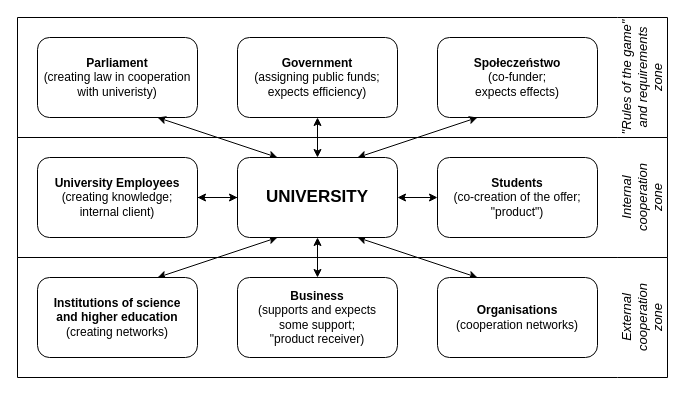
Above: pomocnicze/robocze/ŚrodowiskoRelacjiUniwersytetu_ENG.drawio in JeanPaulSzefler/doktorat_git (draw.io), before the change. Source tidied: cells renumbered, new cells numbered last; positions are measured from the earlier drawing's top-left corner, leaving out a move shared by most shapes. Both pictures are drawn from the tidied source at 100%, with x=0, y=0 at pixel (17, 17).
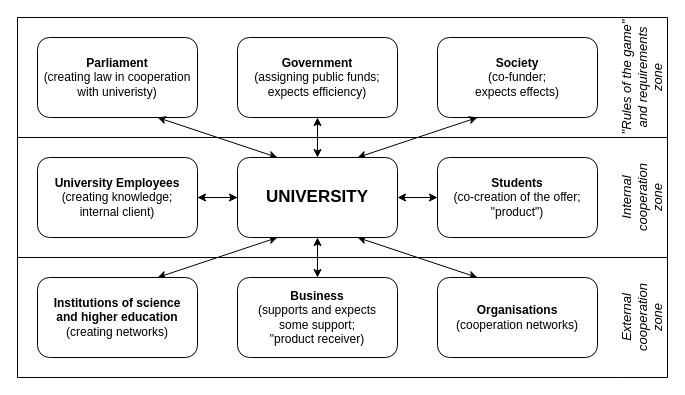
Above is the later version.

The edit, as a diff of the source:
```diff
@@
-    <mxCell id="5" value="&lt;b&gt;Społeczeństwo&lt;/b&gt;&lt;br&gt;(co-funder; &lt;br&gt;expects effects)" style="rounded=1;whiteSpace=wrap;html=1;" parent="1" vertex="1">
+    <mxCell id="5" value="&lt;b&gt;Society&lt;/b&gt;&lt;br&gt;(co-funder; &lt;br&gt;expects effects)" style="rounded=1;whiteSpace=wrap;html=1;" parent="1" vertex="1">
       <mxGeometry x="420" y="20" width="160" height="80" as="geometry" />
     </mxCell>
```
